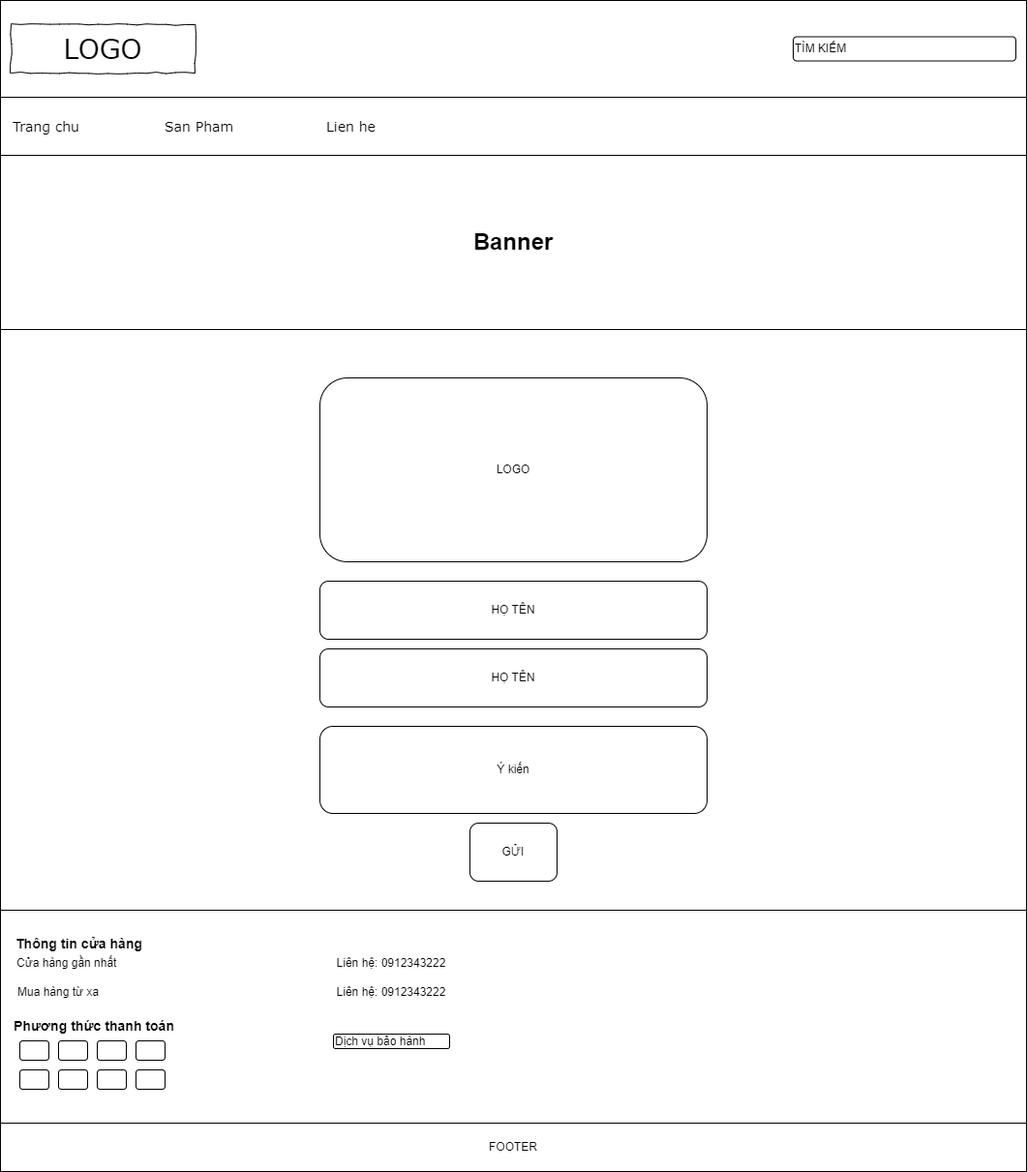
The draw.io diagram img/Lien he IPAD.png in NguyenHocPH36330/Web106_HocNC, before a commit. Source tidied: cells renumbered, new cells last; positions are measured from the earlier drawing's top-left corner, leaving out a move shared by most shapes.
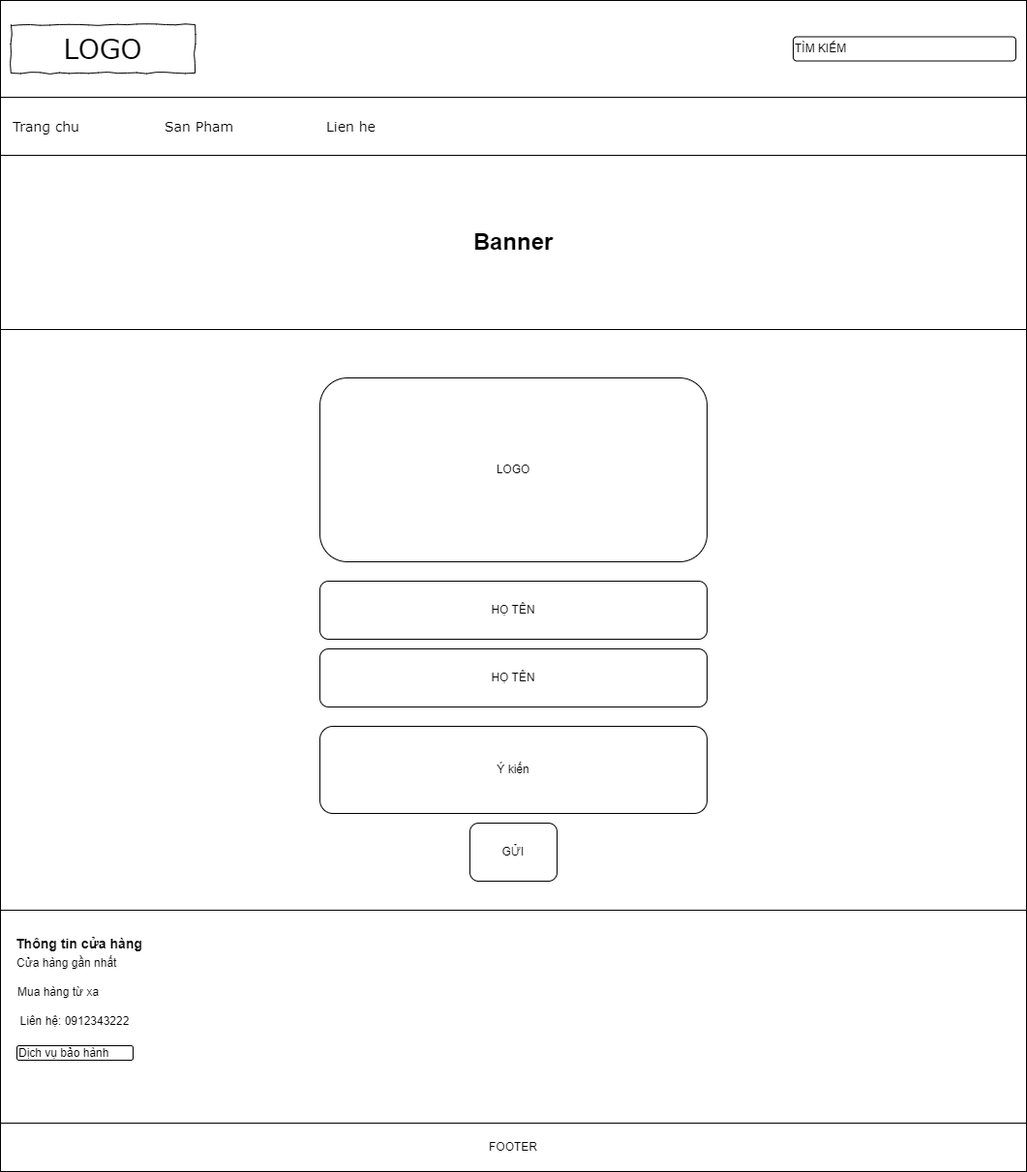
Above is the later version.

What changed in the source:
```diff
@@ -50,33 +50,6 @@
     <mxCell id="17" value="&lt;h3&gt;Thông tin cửa hàng&lt;/h3&gt;" style="text;html=1;strokeColor=none;fillColor=none;align=left;verticalAlign=middle;whiteSpace=wrap;rounded=0;" parent="1" vertex="1">
       <mxGeometry x="14" y="960" width="140" height="30" as="geometry" />
     </mxCell>
-    <mxCell id="18" value="&lt;h3&gt;Phương thức thanh toán&lt;/h3&gt;" style="text;html=1;strokeColor=none;fillColor=none;align=center;verticalAlign=middle;whiteSpace=wrap;rounded=0;" parent="1" vertex="1">
-      <mxGeometry x="12" y="1045" width="170" height="30" as="geometry" />
-    </mxCell>
-    <mxCell id="19" style="rounded=1;whiteSpace=wrap;html=1;" parent="1" vertex="1">
-      <mxGeometry x="20" y="1075" width="30" height="20" as="geometry" />
-    </mxCell>
-    <mxCell id="20" style="rounded=1;whiteSpace=wrap;html=1;" parent="1" vertex="1">
-      <mxGeometry x="60" y="1075" width="30" height="20" as="geometry" />
-    </mxCell>
-    <mxCell id="21" style="rounded=1;whiteSpace=wrap;html=1;" parent="1" vertex="1">
-      <mxGeometry x="100" y="1075" width="30" height="20" as="geometry" />
-    </mxCell>
-    <mxCell id="22" style="rounded=1;whiteSpace=wrap;html=1;" parent="1" vertex="1">
-      <mxGeometry x="140" y="1075" width="30" height="20" as="geometry" />
-    </mxCell>
-    <mxCell id="23" style="rounded=1;whiteSpace=wrap;html=1;" parent="1" vertex="1">
-      <mxGeometry x="20" y="1105" width="30" height="20" as="geometry" />
-    </mxCell>
-    <mxCell id="24" style="rounded=1;whiteSpace=wrap;html=1;" parent="1" vertex="1">
-      <mxGeometry x="60" y="1105" width="30" height="20" as="geometry" />
-    </mxCell>
-    <mxCell id="25" style="rounded=1;whiteSpace=wrap;html=1;" parent="1" vertex="1">
-      <mxGeometry x="100" y="1105" width="30" height="20" as="geometry" />
-    </mxCell>
-    <mxCell id="26" style="rounded=1;whiteSpace=wrap;html=1;" parent="1" vertex="1">
-      <mxGeometry x="140" y="1105" width="30" height="20" as="geometry" />
-    </mxCell>
     <mxCell id="27" value="FOOTER" style="rounded=0;whiteSpace=wrap;html=1;" parent="1" vertex="1">
       <mxGeometry y="1160" width="1060" height="50" as="geometry" />
     </mxCell>
@@ -86,14 +59,11 @@
     <mxCell id="29" value="Mua hàng từ xa" style="text;html=1;strokeColor=none;fillColor=none;align=left;verticalAlign=middle;whiteSpace=wrap;rounded=0;" parent="1" vertex="1">
       <mxGeometry x="16" y="1010" width="138" height="30" as="geometry" />
     </mxCell>
-    <mxCell id="30" value="Liên hệ: 0912343222" style="text;html=1;strokeColor=none;fillColor=none;align=center;verticalAlign=middle;whiteSpace=wrap;rounded=0;" parent="1" vertex="1">
-      <mxGeometry x="338" y="980" width="132" height="30" as="geometry" />
-    </mxCell>
     <mxCell id="31" value="Liên hệ: 0912343222" style="text;html=1;strokeColor=none;fillColor=none;align=center;verticalAlign=middle;whiteSpace=wrap;rounded=0;" parent="1" vertex="1">
-      <mxGeometry x="338" y="1010" width="132" height="30" as="geometry" />
+      <mxGeometry x="11" y="1040" width="132" height="30" as="geometry" />
     </mxCell>
     <mxCell id="32" value="Dịch vụ bảo hành" style="rounded=1;whiteSpace=wrap;html=1;align=left;" parent="1" vertex="1">
-      <mxGeometry x="344" y="1068" width="120" height="15" as="geometry" />
+      <mxGeometry x="17" y="1080" width="120" height="15" as="geometry" />
     </mxCell>
   </root>
 </mxGraphModel>
```
